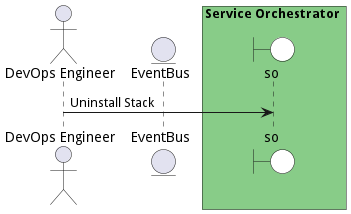
Before: docs/edgemere/sml/so/usecases/managestacks/UninstallStack.png, a diagram exported from PlantUML (madajaju/edgemere).
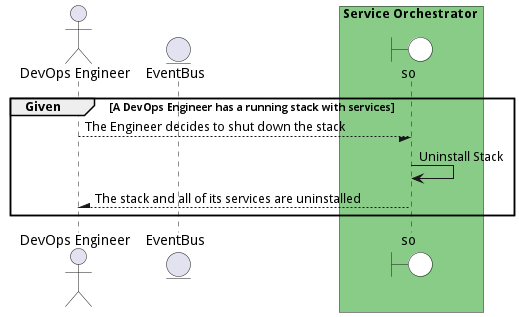
The same file after the commit.

The edit, as a diff of the source:
```diff
@@ -1,4 +1,5 @@
 @startuml
+
 
 actor "DevOps Engineer"
 
@@ -10,9 +11,16 @@
 end box
 
 
+group Given [A DevOps Engineer has a running stack with services]
 
-"DevOps Engineer" -> so: Uninstall Stack
+"DevOps Engineer" --/ so: The Engineer decides to shut down the stack
+"so" -> so: Uninstall Stack
 
 
 
+"DevOps Engineer" /-- so: The stack and all of its services are uninstalled
+
+
+end
+
 @enduml
```
